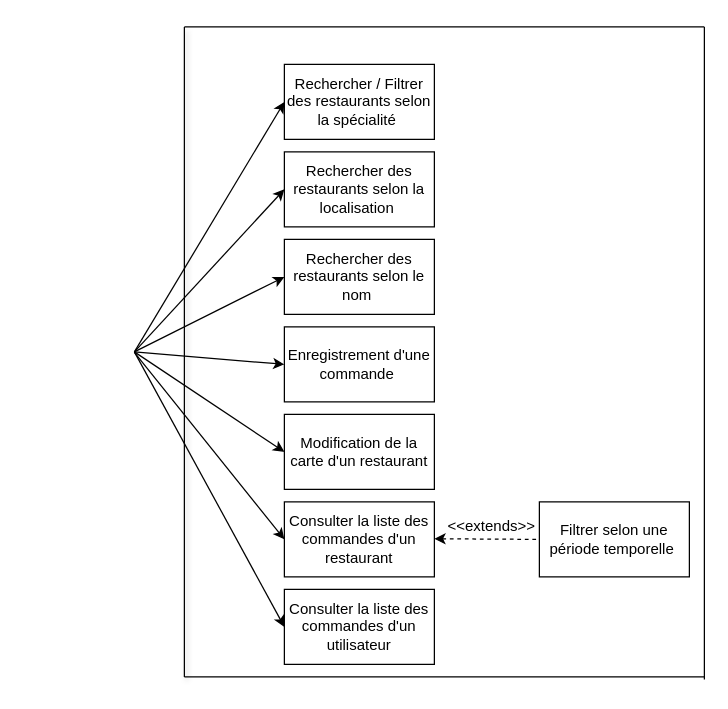
The draw.io diagram diagrammes/diagramme_utilisation_API.drawio in TheAIWizard/Ensaeats, before the edit. Source tidied: cells renumbered, new cells numbered last; positions are measured from the earlier drawing's top-left corner, leaving out a move shared by most shapes. Both pictures are drawn from the tidied source at 125%, with x=0, y=0 at pixel (21, 26).
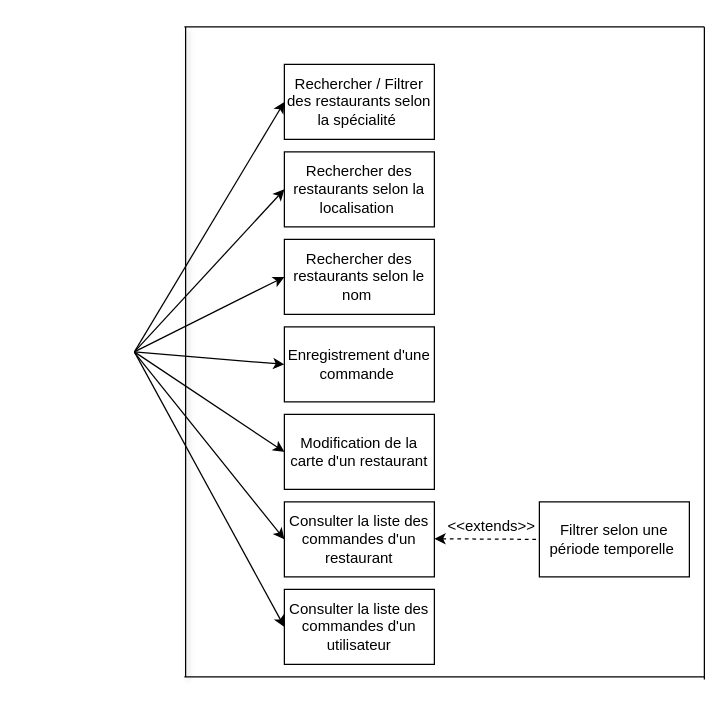
Above is the later version.

The change refers to these unchanged cells:
```xml
<mxCell id="4" value="Enregistrement d'une commande&amp;nbsp;" style="rounded=0;whiteSpace=wrap;html=1;" parent="1" vertex="1">
  <mxGeometry x="210" y="240" width="120" height="60" as="geometry" />
</mxCell>
<mxCell id="5" value="Modification de la carte d'un restaurant&lt;br&gt;" style="rounded=0;whiteSpace=wrap;html=1;" parent="1" vertex="1">
  <mxGeometry x="210" y="310" width="120" height="60" as="geometry" />
</mxCell>
<mxCell id="8" value="Consulter la liste des commandes d'un restaurant" style="rounded=0;whiteSpace=wrap;html=1;" parent="1" vertex="1">
  <mxGeometry x="210" y="380" width="120" height="60" as="geometry" />
</mxCell>
<mxCell id="10" value="Rechercher des restaurants selon la localisation&amp;nbsp;" style="rounded=0;whiteSpace=wrap;html=1;" parent="1" vertex="1">
  <mxGeometry x="210" y="100" width="120" height="60" as="geometry" />
</mxCell>
<mxCell id="12" value="Consulter la liste des commandes d'un utilisateur" style="rounded=0;whiteSpace=wrap;html=1;" parent="1" vertex="1">
  <mxGeometry x="210" y="450" width="120" height="60" as="geometry" />
</mxCell>
<mxCell id="18" value="Rechercher des restaurants selon le nom&amp;nbsp;" style="rounded=0;whiteSpace=wrap;html=1;" parent="1" vertex="1">
  <mxGeometry x="210" y="170" width="120" height="60" as="geometry" />
</mxCell>
<mxCell id="19" value="Rechercher / Filtrer des restaurants selon la spécialité&amp;nbsp;" style="rounded=0;whiteSpace=wrap;html=1;" parent="1" vertex="1">
  <mxGeometry x="210" y="30" width="120" height="60" as="geometry" />
</mxCell>
```

What changed in the source:
```diff
@@
-<mxGraphModel>
+<mxGraphModel background="#ffffff">
@@
-    <mxCell id="2" style="endArrow=none;html=1;shadow=1;" parent="1" edge="1">
+    <mxCell id="2" style="endArrow=none;html=1;shadow=1;strokeColor=#000000;" parent="1" edge="1">
       <mxGeometry relative="1" as="geometry">
-        <mxPoint x="130" y="520" as="sourcePoint" />
-        <mxPoint x="130" as="targetPoint" />
+        <mxPoint x="131" y="520" as="sourcePoint" />
+        <mxPoint x="131" as="targetPoint" />
       </mxGeometry>
     </mxCell>
-    <mxCell id="3" style="endArrow=classic;html=1;entryX=0;entryY=0.5;entryDx=0;entryDy=0;" parent="1" edge="1" target="4">
+    <mxCell id="3" style="endArrow=classic;html=1;entryX=0;entryY=0.5;entryDx=0;entryDy=0;strokeColor=#000000;" parent="1" edge="1" target="4">
       <mxGeometry relative="1" as="geometry">
         <mxPoint x="90" y="260" as="sourcePoint" />
       </mxGeometry>
     </mxCell>
@@
-    <mxCell id="6" style="endArrow=classic;html=1;entryX=0;entryY=0.5;entryDx=0;entryDy=0;" parent="1" edge="1" target="5">
+    <mxCell id="6" style="endArrow=classic;html=1;entryX=0;entryY=0.5;entryDx=0;entryDy=0;strokeColor=#000000;" parent="1" edge="1" target="5">
       <mxGeometry relative="1" as="geometry">
         <mxPoint x="90" y="260" as="sourcePoint" />
       </mxGeometry>
     </mxCell>
-    <mxCell id="7" style="endArrow=classic;html=1;entryX=0;entryY=0.5;entryDx=0;entryDy=0;" parent="1" edge="1" target="8">
+    <mxCell id="7" style="endArrow=classic;html=1;entryX=0;entryY=0.5;entryDx=0;entryDy=0;strokeColor=#000000;" parent="1" edge="1" target="8">
       <mxGeometry relative="1" as="geometry">
         <mxPoint x="90" y="260.4" as="sourcePoint" />
       </mxGeometry>
     </mxCell>
@@
-    <mxCell id="9" style="endArrow=classic;html=1;entryX=0;entryY=0.5;entryDx=0;entryDy=0;" parent="1" edge="1" target="10">
+    <mxCell id="9" style="endArrow=classic;html=1;entryX=0;entryY=0.5;entryDx=0;entryDy=0;strokeColor=#000000;" parent="1" edge="1" target="10">
       <mxGeometry relative="1" as="geometry">
         <mxPoint x="90" y="260" as="sourcePoint" />
       </mxGeometry>
     </mxCell>
@@
-    <mxCell id="11" style="endArrow=classic;html=1;entryX=0;entryY=0.5;entryDx=0;entryDy=0;" parent="1" edge="1" target="12">
+    <mxCell id="11" style="endArrow=classic;html=1;entryX=0;entryY=0.5;entryDx=0;entryDy=0;strokeColor=#000000;" parent="1" edge="1" target="12">
       <mxGeometry relative="1" as="geometry">
         <mxPoint x="90" y="260" as="sourcePoint" />
       </mxGeometry>
     </mxCell>
@@
-    <mxCell id="13" style="endArrow=none;html=1;" parent="1" edge="1">
+    <mxCell id="13" style="endArrow=none;html=1;strokeColor=#000000;" parent="1" edge="1">
       <mxGeometry relative="1" as="geometry">
         <mxPoint x="130" y="520" as="sourcePoint" />
         <mxPoint x="546" y="520" as="targetPoint" />
         <Array as="points">
           <mxPoint x="130" y="520" />
         </Array>
       </mxGeometry>
     </mxCell>
-    <mxCell id="14" style="endArrow=none;html=1;" parent="1" edge="1">
+    <mxCell id="14" style="endArrow=none;html=1;strokeColor=#000000;" parent="1" edge="1">
       <mxGeometry relative="1" as="geometry">
         <mxPoint x="546" y="522" as="sourcePoint" />
         <mxPoint x="546" as="targetPoint" />
       </mxGeometry>
     </mxCell>
-    <mxCell id="15" style="endArrow=none;html=1;" parent="1" edge="1">
+    <mxCell id="15" style="endArrow=none;html=1;strokeColor=#000000;" parent="1" edge="1">
       <mxGeometry relative="1" as="geometry">
         <mxPoint x="130" as="sourcePoint" />
         <mxPoint x="546" as="targetPoint" />
         <Array as="points">
           <mxPoint x="130" />
         </Array>
       </mxGeometry>
     </mxCell>
@@
-    <mxCell id="17" style="endArrow=classic;html=1;entryX=0;entryY=0.5;entryDx=0;entryDy=0;" parent="1" edge="1" target="18">
+    <mxCell id="17" style="endArrow=classic;html=1;entryX=0;entryY=0.5;entryDx=0;entryDy=0;strokeColor=#000000;" parent="1" edge="1" target="18">
       <mxGeometry relative="1" as="geometry">
         <mxPoint x="90" y="260" as="sourcePoint" />
       </mxGeometry>
     </mxCell>
@@
-    <mxCell id="20" style="endArrow=classic;html=1;entryX=0;entryY=0.5;entryDx=0;entryDy=0;" parent="1" edge="1" target="19">
+    <mxCell id="20" style="endArrow=classic;html=1;entryX=0;entryY=0.5;entryDx=0;entryDy=0;strokeColor=#000000;" parent="1" edge="1" target="19">
       <mxGeometry relative="1" as="geometry">
         <mxPoint x="90" y="260" as="sourcePoint" />
       </mxGeometry>
     </mxCell>
-    <mxCell id="21" style="endArrow=none;html=1;startArrow=classic;startFill=1;endFill=0;dashed=1;" parent="1" edge="1">
+    <mxCell id="21" style="endArrow=none;html=1;startArrow=classic;startFill=1;endFill=0;dashed=1;strokeColor=#000000;" parent="1" edge="1">
       <mxGeometry relative="1" as="geometry">
         <mxPoint x="330" y="409.5" as="sourcePoint" />
         <mxPoint x="413" y="410" as="targetPoint" />
       </mxGeometry>
     </mxCell>
@@
-    <mxCell id="23" value="&amp;lt;&amp;lt;extends&amp;gt;&amp;gt;" style="text;html=1;strokeColor=none;fillColor=none;align=center;verticalAlign=middle;whiteSpace=wrap;rounded=0;rotation=0;" parent="1" vertex="1">
+    <mxCell id="23" value="&lt;font color=&quot;#000000&quot;&gt;&amp;lt;&amp;lt;extends&amp;gt;&amp;gt;&lt;/font&gt;" style="text;html=1;strokeColor=none;fillColor=none;align=center;verticalAlign=middle;whiteSpace=wrap;rounded=0;rotation=0;" parent="1" vertex="1">
       <mxGeometry x="356" y="390" width="40" height="20" as="geometry" />
     </mxCell>
```
